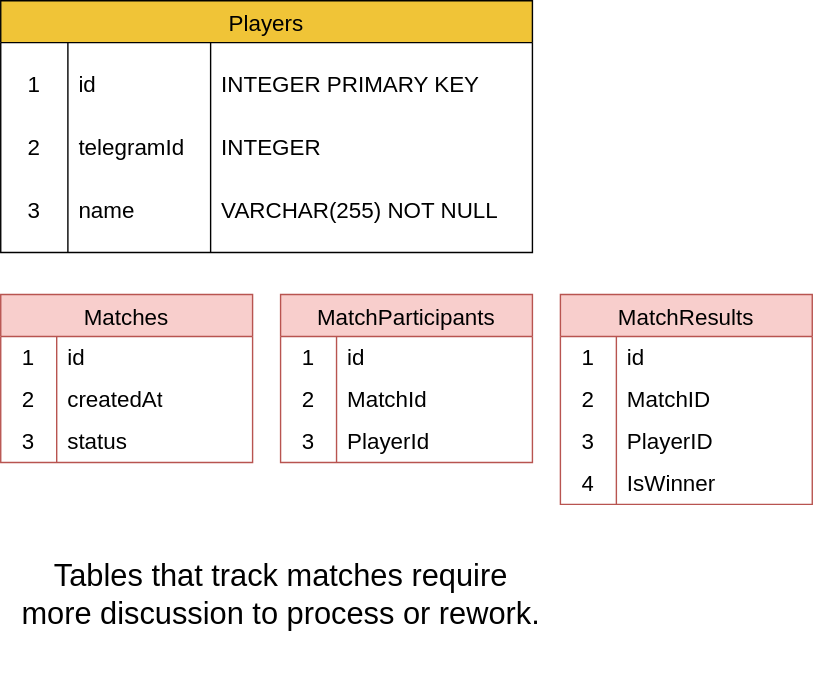
Before: documentation/telegram-tennis-db-diagram.drawio.svg, a diagram exported from draw.io (excelsiooor-apps/dream-team). Source tidied: cells renumbered, new cells last; positions are measured from the earlier drawing's top-left corner, leaving out a move shared by most shapes.
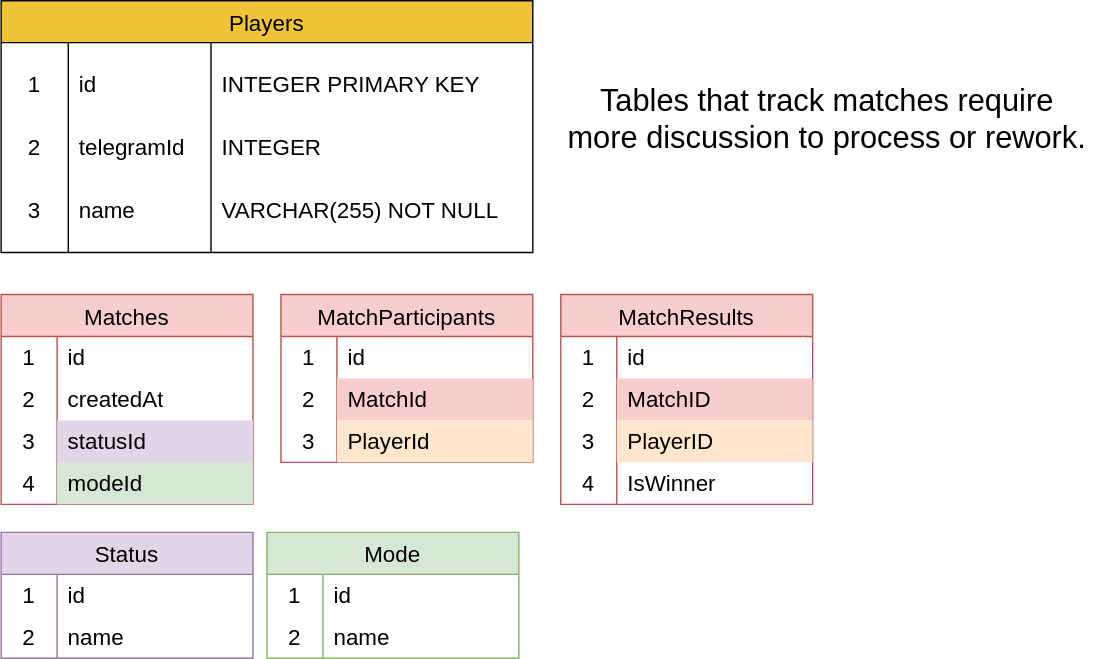
The same file after the commit.

What changed in the source:
```diff
@@ -42,7 +42,7 @@
       <mxGeometry x="150" width="230" height="60" as="geometry" />
     </mxCell>
     <mxCell id="15" value="Matches " style="shape=table;startSize=30;rowLines=0;fontStyle=0;strokeColor=#b85450;fontSize=16;fillColor=#f8cecc;" parent="1" vertex="1">
-      <mxGeometry y="210" width="180" height="120" as="geometry" />
+      <mxGeometry y="210" width="180" height="150" as="geometry" />
     </mxCell>
     <mxCell id="16" style="shape=tableRow;horizontal=0;startSize=0;swimlaneHead=0;swimlaneBody=0;top=0;left=0;bottom=0;right=0;fillColor=none;strokeColor=inherit;fontSize=16;" parent="15" vertex="1">
       <mxGeometry y="30" width="180" height="30" as="geometry" />
@@ -68,9 +68,18 @@
     <mxCell id="23" value="3" style="shape=partialRectangle;html=1;whiteSpace=wrap;fillColor=none;top=0;left=0;bottom=0;right=0;overflow=hidden;strokeColor=inherit;fontSize=16;" parent="22" vertex="1">
       <mxGeometry width="40" height="30" as="geometry" />
     </mxCell>
-    <mxCell id="24" value="status" style="shape=partialRectangle;html=1;whiteSpace=wrap;fillColor=none;top=0;left=0;bottom=0;right=0;align=left;spacingLeft=6;overflow=hidden;strokeColor=inherit;fontSize=16;" parent="22" vertex="1">
+    <mxCell id="24" value="statusId" style="shape=partialRectangle;html=1;whiteSpace=wrap;fillColor=#e1d5e7;top=0;left=0;bottom=0;right=0;align=left;spacingLeft=6;overflow=hidden;strokeColor=#9673a6;fontSize=16;" parent="22" vertex="1">
       <mxGeometry x="40" width="140" height="30" as="geometry" />
     </mxCell>
+    <mxCell id="49" style="shape=tableRow;horizontal=0;startSize=0;swimlaneHead=0;swimlaneBody=0;top=0;left=0;bottom=0;right=0;fillColor=none;strokeColor=inherit;fontSize=16;" parent="15" vertex="1">
+      <mxGeometry y="120" width="180" height="30" as="geometry" />
+    </mxCell>
+    <mxCell id="50" value="4" style="shape=partialRectangle;html=1;whiteSpace=wrap;fillColor=none;top=0;left=0;bottom=0;right=0;overflow=hidden;strokeColor=inherit;fontSize=16;" parent="49" vertex="1">
+      <mxGeometry width="40" height="30" as="geometry" />
+    </mxCell>
+    <mxCell id="51" value="modeId" style="shape=partialRectangle;html=1;whiteSpace=wrap;fillColor=#d5e8d4;top=0;left=0;bottom=0;right=0;align=left;spacingLeft=6;overflow=hidden;strokeColor=#82b366;fontSize=16;" parent="49" vertex="1">
+      <mxGeometry x="40" width="140" height="30" as="geometry" />
+    </mxCell>
     <mxCell id="25" value="MatchParticipants " style="shape=table;startSize=30;rowLines=0;fontStyle=0;strokeColor=#b85450;fontSize=16;fillColor=#f8cecc;" parent="1" vertex="1">
       <mxGeometry x="200" y="210" width="180" height="120" as="geometry" />
     </mxCell>
@@ -89,7 +98,7 @@
     <mxCell id="30" value="2" style="shape=partialRectangle;html=1;whiteSpace=wrap;fillColor=none;top=0;left=0;bottom=0;right=0;overflow=hidden;strokeColor=inherit;fontSize=16;" parent="29" vertex="1">
       <mxGeometry width="40" height="30" as="geometry" />
     </mxCell>
-    <mxCell id="31" value="MatchId" style="shape=partialRectangle;html=1;whiteSpace=wrap;fillColor=none;top=0;left=0;bottom=0;right=0;align=left;spacingLeft=6;overflow=hidden;strokeColor=inherit;fontSize=16;" parent="29" vertex="1">
+    <mxCell id="31" value="MatchId" style="shape=partialRectangle;html=1;whiteSpace=wrap;fillColor=#f8cecc;top=0;left=0;bottom=0;right=0;align=left;spacingLeft=6;overflow=hidden;strokeColor=#b85450;fontSize=16;" parent="29" vertex="1">
       <mxGeometry x="40" width="140" height="30" as="geometry" />
     </mxCell>
     <mxCell id="32" style="shape=tableRow;horizontal=0;startSize=0;swimlaneHead=0;swimlaneBody=0;top=0;left=0;bottom=0;right=0;fillColor=none;strokeColor=inherit;fontSize=16;" parent="25" vertex="1">
@@ -98,7 +107,7 @@
     <mxCell id="33" value="3" style="shape=partialRectangle;html=1;whiteSpace=wrap;fillColor=none;top=0;left=0;bottom=0;right=0;overflow=hidden;strokeColor=inherit;fontSize=16;" parent="32" vertex="1">
       <mxGeometry width="40" height="30" as="geometry" />
     </mxCell>
-    <mxCell id="34" value="PlayerId" style="shape=partialRectangle;html=1;whiteSpace=wrap;fillColor=none;top=0;left=0;bottom=0;right=0;align=left;spacingLeft=6;overflow=hidden;strokeColor=inherit;fontSize=16;" parent="32" vertex="1">
+    <mxCell id="34" value="PlayerId" style="shape=partialRectangle;html=1;whiteSpace=wrap;fillColor=#ffe6cc;top=0;left=0;bottom=0;right=0;align=left;spacingLeft=6;overflow=hidden;strokeColor=#d79b00;fontSize=16;" parent="32" vertex="1">
       <mxGeometry x="40" width="140" height="30" as="geometry" />
     </mxCell>
     <mxCell id="35" value="MatchResults " style="shape=table;startSize=30;rowLines=0;fontStyle=0;strokeColor=#b85450;fontSize=16;fillColor=#f8cecc;" parent="1" vertex="1">
@@ -119,7 +128,7 @@
     <mxCell id="40" value="2" style="shape=partialRectangle;html=1;whiteSpace=wrap;fillColor=none;top=0;left=0;bottom=0;right=0;overflow=hidden;strokeColor=inherit;fontSize=16;" parent="39" vertex="1">
       <mxGeometry width="40" height="30" as="geometry" />
     </mxCell>
-    <mxCell id="41" value="MatchID " style="shape=partialRectangle;html=1;whiteSpace=wrap;fillColor=none;top=0;left=0;bottom=0;right=0;align=left;spacingLeft=6;overflow=hidden;strokeColor=inherit;fontSize=16;" parent="39" vertex="1">
+    <mxCell id="41" value="MatchID " style="shape=partialRectangle;html=1;whiteSpace=wrap;fillColor=#f8cecc;top=0;left=0;bottom=0;right=0;align=left;spacingLeft=6;overflow=hidden;strokeColor=#b85450;fontSize=16;" parent="39" vertex="1">
       <mxGeometry x="40" width="140" height="30" as="geometry" />
     </mxCell>
     <mxCell id="42" style="shape=tableRow;horizontal=0;startSize=0;swimlaneHead=0;swimlaneBody=0;top=0;left=0;bottom=0;right=0;fillColor=none;strokeColor=inherit;fontSize=16;" parent="35" vertex="1">
@@ -128,7 +137,7 @@
     <mxCell id="43" value="3" style="shape=partialRectangle;html=1;whiteSpace=wrap;fillColor=none;top=0;left=0;bottom=0;right=0;overflow=hidden;strokeColor=inherit;fontSize=16;" parent="42" vertex="1">
       <mxGeometry width="40" height="30" as="geometry" />
     </mxCell>
-    <mxCell id="44" value="PlayerID " style="shape=partialRectangle;html=1;whiteSpace=wrap;fillColor=none;top=0;left=0;bottom=0;right=0;align=left;spacingLeft=6;overflow=hidden;strokeColor=inherit;fontSize=16;" parent="42" vertex="1">
+    <mxCell id="44" value="PlayerID " style="shape=partialRectangle;html=1;whiteSpace=wrap;fillColor=#ffe6cc;top=0;left=0;bottom=0;right=0;align=left;spacingLeft=6;overflow=hidden;strokeColor=#d79b00;fontSize=16;" parent="42" vertex="1">
       <mxGeometry x="40" width="140" height="30" as="geometry" />
     </mxCell>
     <mxCell id="45" style="shape=tableRow;horizontal=0;startSize=0;swimlaneHead=0;swimlaneBody=0;top=0;left=0;bottom=0;right=0;fillColor=none;strokeColor=inherit;fontSize=16;" parent="35" vertex="1">
@@ -141,7 +150,49 @@
       <mxGeometry x="40" width="140" height="30" as="geometry" />
     </mxCell>
     <mxCell id="48" value="&lt;font style=&quot;font-size: 22px;&quot;&gt;Tables that track matches require more discussion to process or rework.&lt;/font&gt;" style="text;html=1;strokeColor=none;fillColor=none;align=center;verticalAlign=middle;whiteSpace=wrap;rounded=0;" parent="1" vertex="1">
-      <mxGeometry x="10" y="360" width="381" height="130" as="geometry" />
+      <mxGeometry x="400" y="20" width="381" height="130" as="geometry" />
     </mxCell>
+    <mxCell id="52" value="Status" style="shape=table;startSize=30;rowLines=0;fontStyle=0;strokeColor=#9673a6;fontSize=16;fillColor=#e1d5e7;" parent="1" vertex="1">
+      <mxGeometry y="380" width="180" height="90" as="geometry" />
+    </mxCell>
+    <mxCell id="53" style="shape=tableRow;horizontal=0;startSize=0;swimlaneHead=0;swimlaneBody=0;top=0;left=0;bottom=0;right=0;fillColor=none;strokeColor=inherit;fontSize=16;" parent="52" vertex="1">
+      <mxGeometry y="30" width="180" height="30" as="geometry" />
+    </mxCell>
+    <mxCell id="54" value="1" style="shape=partialRectangle;html=1;whiteSpace=wrap;fillColor=none;top=0;left=0;bottom=0;right=0;overflow=hidden;strokeColor=inherit;fontSize=16;" parent="53" vertex="1">
+      <mxGeometry width="40" height="30" as="geometry" />
+    </mxCell>
+    <mxCell id="55" value="id" style="shape=partialRectangle;html=1;whiteSpace=wrap;fillColor=none;top=0;left=0;bottom=0;right=0;align=left;spacingLeft=6;overflow=hidden;strokeColor=inherit;fontSize=16;" parent="53" vertex="1">
+      <mxGeometry x="40" width="140" height="30" as="geometry" />
+    </mxCell>
+    <mxCell id="56" style="shape=tableRow;horizontal=0;startSize=0;swimlaneHead=0;swimlaneBody=0;top=0;left=0;bottom=0;right=0;fillColor=none;strokeColor=inherit;fontSize=16;" parent="52" vertex="1">
+      <mxGeometry y="60" width="180" height="30" as="geometry" />
+    </mxCell>
+    <mxCell id="57" value="2" style="shape=partialRectangle;html=1;whiteSpace=wrap;fillColor=none;top=0;left=0;bottom=0;right=0;overflow=hidden;strokeColor=inherit;fontSize=16;" parent="56" vertex="1">
+      <mxGeometry width="40" height="30" as="geometry" />
+    </mxCell>
+    <mxCell id="58" value="name" style="shape=partialRectangle;html=1;whiteSpace=wrap;fillColor=none;top=0;left=0;bottom=0;right=0;align=left;spacingLeft=6;overflow=hidden;strokeColor=inherit;fontSize=16;" parent="56" vertex="1">
+      <mxGeometry x="40" width="140" height="30" as="geometry" />
+    </mxCell>
+    <mxCell id="59" value="Mode" style="shape=table;startSize=30;rowLines=0;fontStyle=0;strokeColor=#82b366;fontSize=16;fillColor=#d5e8d4;" parent="1" vertex="1">
+      <mxGeometry x="190" y="380" width="180" height="90" as="geometry" />
+    </mxCell>
+    <mxCell id="60" style="shape=tableRow;horizontal=0;startSize=0;swimlaneHead=0;swimlaneBody=0;top=0;left=0;bottom=0;right=0;fillColor=none;strokeColor=inherit;fontSize=16;" parent="59" vertex="1">
+      <mxGeometry y="30" width="180" height="30" as="geometry" />
+    </mxCell>
+    <mxCell id="61" value="1" style="shape=partialRectangle;html=1;whiteSpace=wrap;fillColor=none;top=0;left=0;bottom=0;right=0;overflow=hidden;strokeColor=inherit;fontSize=16;" parent="60" vertex="1">
+      <mxGeometry width="40" height="30" as="geometry" />
+    </mxCell>
+    <mxCell id="62" value="id" style="shape=partialRectangle;html=1;whiteSpace=wrap;fillColor=none;top=0;left=0;bottom=0;right=0;align=left;spacingLeft=6;overflow=hidden;strokeColor=inherit;fontSize=16;" parent="60" vertex="1">
+      <mxGeometry x="40" width="140" height="30" as="geometry" />
+    </mxCell>
+    <mxCell id="63" style="shape=tableRow;horizontal=0;startSize=0;swimlaneHead=0;swimlaneBody=0;top=0;left=0;bottom=0;right=0;fillColor=none;strokeColor=inherit;fontSize=16;" parent="59" vertex="1">
+      <mxGeometry y="60" width="180" height="30" as="geometry" />
+    </mxCell>
+    <mxCell id="64" value="2" style="shape=partialRectangle;html=1;whiteSpace=wrap;fillColor=none;top=0;left=0;bottom=0;right=0;overflow=hidden;strokeColor=inherit;fontSize=16;" parent="63" vertex="1">
+      <mxGeometry width="40" height="30" as="geometry" />
+    </mxCell>
+    <mxCell id="65" value="name" style="shape=partialRectangle;html=1;whiteSpace=wrap;fillColor=none;top=0;left=0;bottom=0;right=0;align=left;spacingLeft=6;overflow=hidden;strokeColor=inherit;fontSize=16;" parent="63" vertex="1">
+      <mxGeometry x="40" width="140" height="30" as="geometry" />
+    </mxCell>
   </root>
 </mxGraphModel>
```
